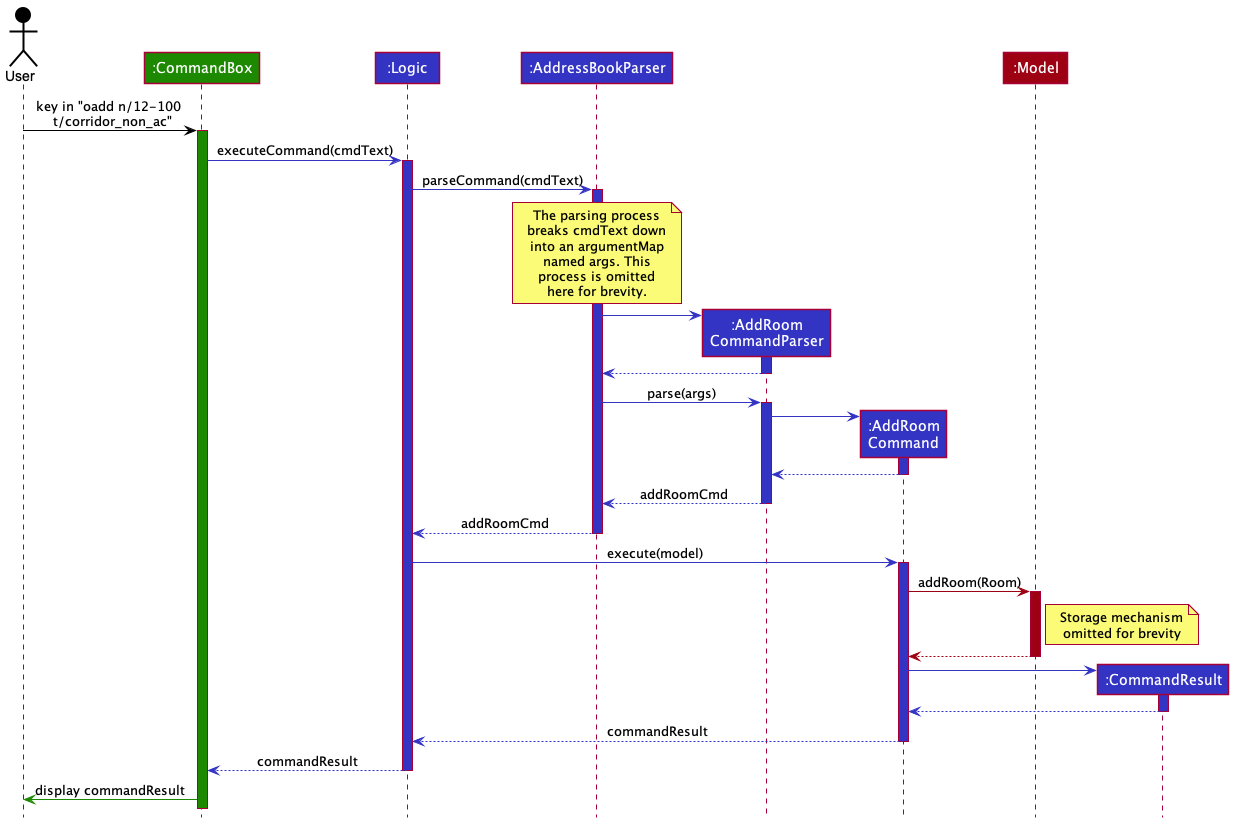
This is docs/images/room/AddRoomCommandSeqDiagram.png from nus-cs2103-AY2021S2/tp, a PlantUML export, as it was before one commit.
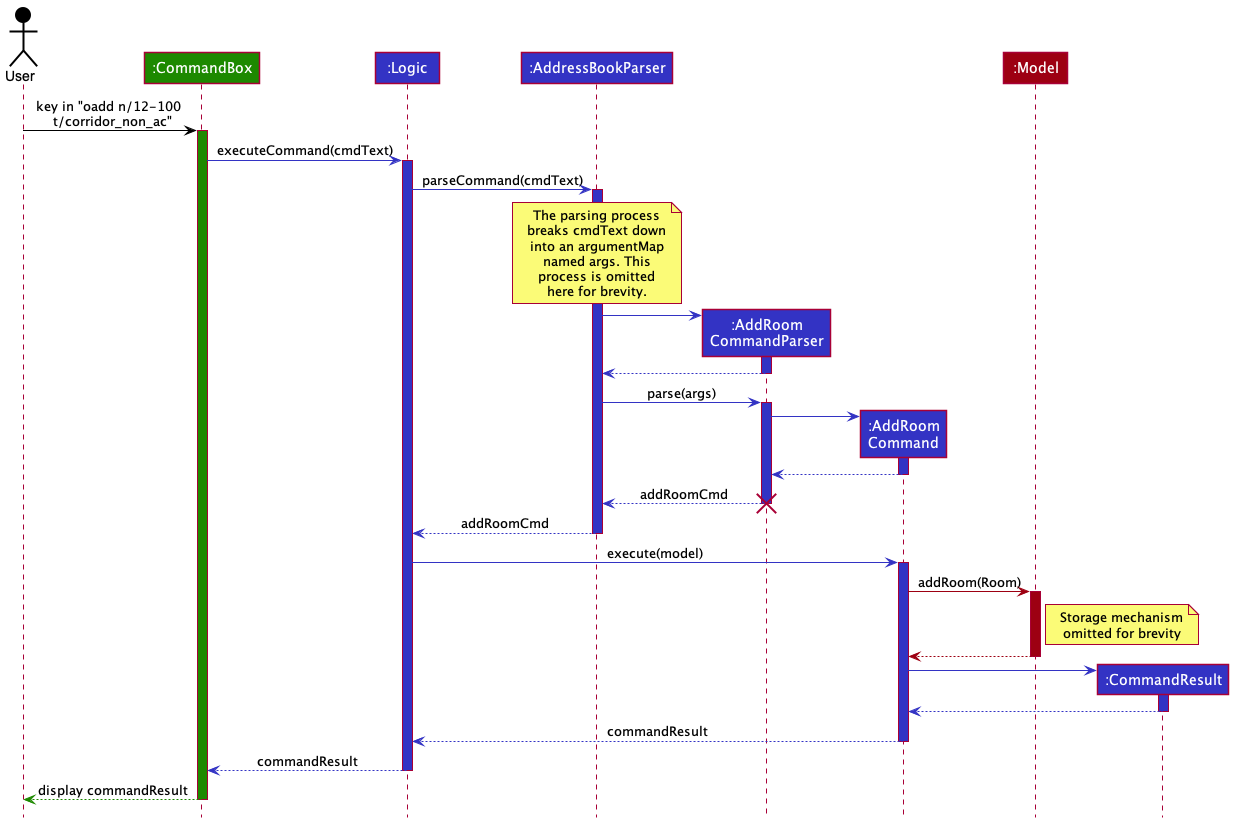
The same diagram one commit later.

Commit message:
docs(room): Fix minor formatting issues for in DG

Change to the diagram source:
```diff
@@ -40,7 +40,7 @@
 return
 
 return addRoomCmd
-
+destroy arcParser
 return addRoomCmd
 
 logic -[LOGIC_COLOR]> addRoomCmd: execute(model)
@@ -60,6 +60,7 @@
 return commandResult
 return commandResult
 
-ui -[UI_COLOR]> user: display commandResult
+ui --[UI_COLOR]> user: display commandResult
+deactivate
 
 @enduml
```
